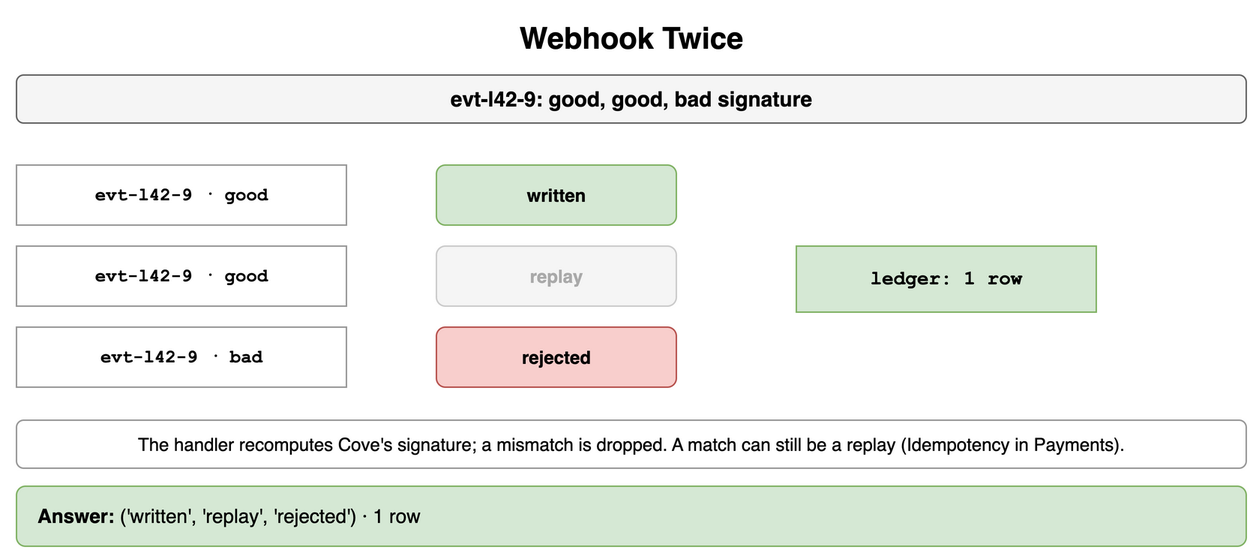
Above: content/09_System_Design_Interview/23_Payment_and_Financial_Systems/diagrams/payments-drills-3-webhook-twice.png in amendez13/swe-study-guide (draw.io), before the change. Source tidied: cells renumbered, new cells last; positions are measured from the earlier drawing's top-left corner, leaving out a move shared by most shapes.
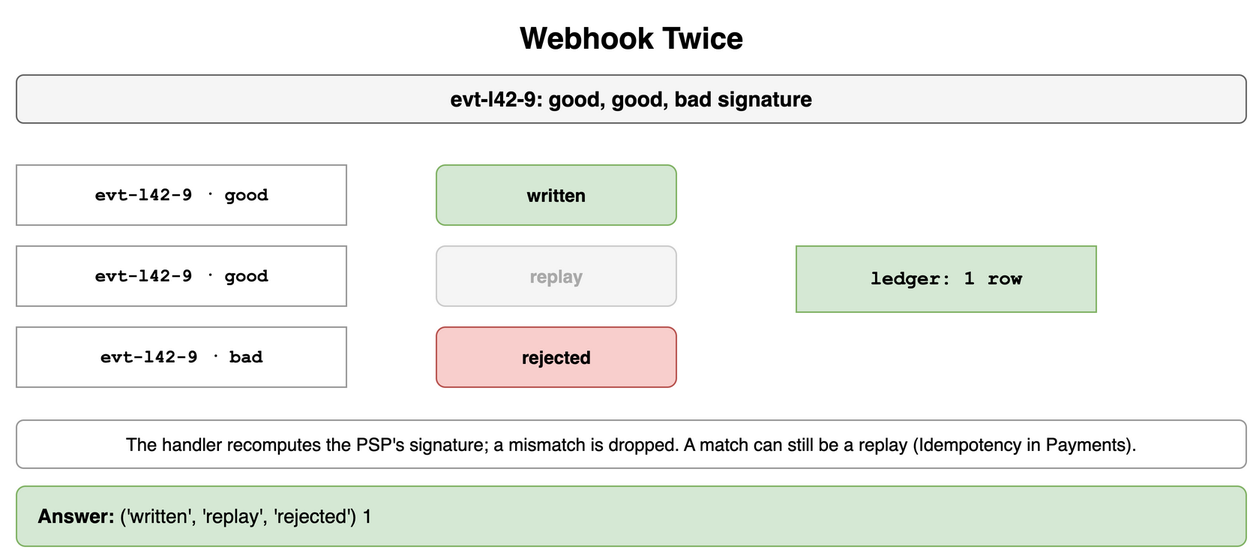
Above is the later version.

Change to the diagram source:
```diff
@@ -29,10 +29,10 @@
     <mxCell id="10" value="ledger: 1 row" style="rounded=0;whiteSpace=wrap;html=1;fontFamily=Courier New;fontStyle=1;fontSize=13;fillColor=#d5e8d4;strokeColor=#82b366;fontSize=13;" parent="1" vertex="1">
       <mxGeometry x="520" y="154" width="200" height="44" as="geometry" />
     </mxCell>
-    <mxCell id="11" value="The handler recomputes Cove's signature; a mismatch is dropped. A match can still be a replay (Idempotency in Payments)." style="rounded=1;whiteSpace=wrap;html=1;fillColor=#ffffff;strokeColor=#999999;fontSize=12;align=center;" parent="1" vertex="1">
+    <mxCell id="11" value="The handler recomputes the PSP's signature; a mismatch is dropped. A match can still be a replay (Idempotency in Payments)." style="rounded=1;whiteSpace=wrap;html=1;fillColor=#ffffff;strokeColor=#999999;fontSize=12;align=center;" parent="1" vertex="1">
       <mxGeometry y="270" width="820" height="32" as="geometry" />
     </mxCell>
-    <mxCell id="12" value="&lt;b&gt;Answer:&lt;/b&gt; ('written', 'replay', 'rejected') · 1 row" style="rounded=1;whiteSpace=wrap;html=1;fillColor=#d5e8d4;strokeColor=#82b366;fontSize=13;align=left;spacingLeft=12;" parent="1" vertex="1">
+    <mxCell id="12" value="&lt;b&gt;Answer:&lt;/b&gt; ('written', 'replay', 'rejected') 1" style="rounded=1;whiteSpace=wrap;html=1;fillColor=#d5e8d4;strokeColor=#82b366;fontSize=13;align=left;spacingLeft=12;" parent="1" vertex="1">
       <mxGeometry y="314" width="820" height="40" as="geometry" />
     </mxCell>
   </root>
```
